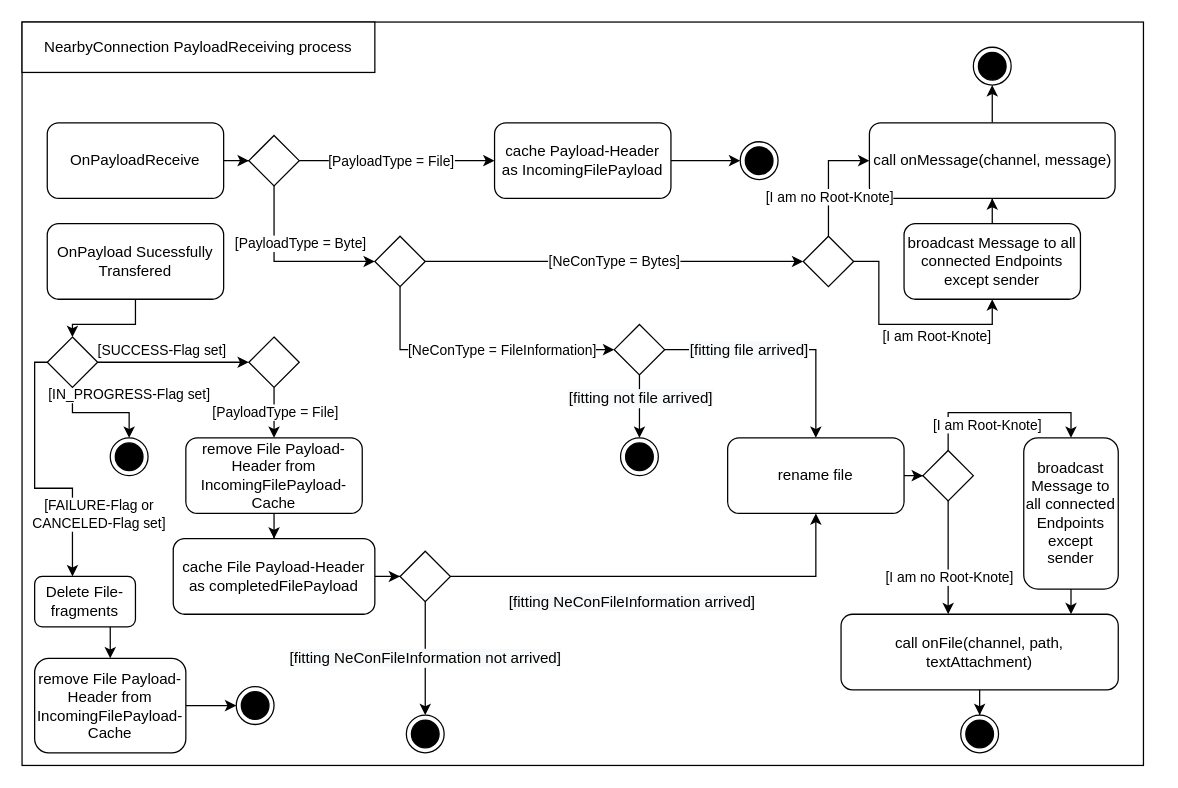
The draw.io diagram Diagramme/NearbyConnectionPayloadReceive.drawio in zettime/Nearfly-Android, before the edit. Source tidied: cells renumbered, new cells numbered last; positions are measured from the earlier drawing's top-left corner, leaving out a move shared by most shapes. Both pictures are drawn from the tidied source at 126%, with x=0, y=0 at pixel (21, 21).
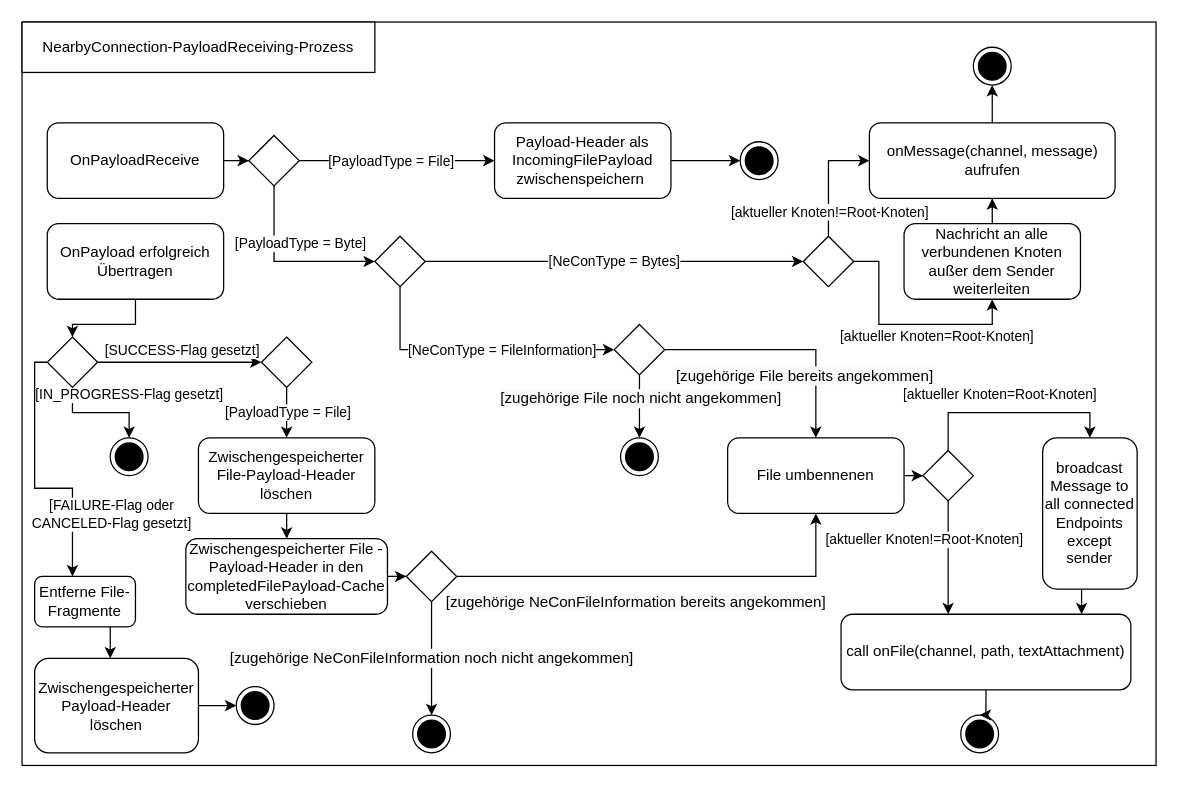
After the change.

The change refers to these unchanged cells:
```xml
<mxCell id="13" style="edgeStyle=orthogonalEdgeStyle;rounded=0;jettySize=auto;html=1;" parent="1" edge="1" source="19" target="52">
  <mxGeometry relative="1" as="geometry" />
</mxCell>
<mxCell id="15" style="edgeStyle=orthogonalEdgeStyle;rounded=0;jettySize=auto;html=1;entryX=0.5;entryY=0;entryDx=0;entryDy=0;" parent="1" edge="1" source="19" target="53">
  <mxGeometry relative="1" as="geometry">
    <Array as="points">
      <mxPoint x="40" y="310" />
      <mxPoint x="85" y="310" />
    </Array>
  </mxGeometry>
</mxCell>
<mxCell id="17" style="edgeStyle=orthogonalEdgeStyle;rounded=0;jettySize=auto;html=1;entryX=0.375;entryY=0;entryDx=0;entryDy=0;entryPerimeter=0;fontColor=#B5C1D1;" parent="1" edge="1" source="19" target="69">
  <mxGeometry relative="1" as="geometry">
    <Array as="points">
      <mxPoint x="10" y="270" />
      <mxPoint x="10" y="370" />
      <mxPoint x="40" y="370" />
    </Array>
  </mxGeometry>
</mxCell>
<mxCell id="20" style="edgeStyle=orthogonalEdgeStyle;rounded=0;jettySize=auto;html=1;" parent="1" edge="1" source="23" target="25">
  <mxGeometry relative="1" as="geometry" />
</mxCell>
<mxCell id="40" style="edgeStyle=orthogonalEdgeStyle;rounded=0;jettySize=auto;html=1;" parent="1" edge="1" source="44" target="25">
  <mxGeometry relative="1" as="geometry" />
</mxCell>
<mxCell id="42" style="edgeStyle=orthogonalEdgeStyle;rounded=0;jettySize=auto;html=1;entryX=0.5;entryY=0;entryDx=0;entryDy=0;" parent="1" edge="1" source="44" target="45">
  <mxGeometry relative="1" as="geometry" />
</mxCell>
<mxCell id="56" style="edgeStyle=orthogonalEdgeStyle;rounded=0;jettySize=auto;html=1;entryX=0;entryY=0.5;entryDx=0;entryDy=0;" parent="1" edge="1" source="58" target="39">
  <mxGeometry relative="1" as="geometry">
    <Array as="points">
      <mxPoint x="640" y="190" />
      <mxPoint x="640" y="110" />
    </Array>
  </mxGeometry>
</mxCell>
<mxCell id="58" style="rhombus;whiteSpace=wrap;html=1;" parent="1" vertex="1">
  <mxGeometry x="620" y="170" width="40" height="40" as="geometry" />
</mxCell>
<mxCell id="60" style="edgeStyle=orthogonalEdgeStyle;rounded=0;jettySize=auto;html=1;" parent="1" edge="1" source="64" target="47">
  <mxGeometry relative="1" as="geometry">
    <Array as="points">
      <mxPoint x="735" y="450" />
      <mxPoint x="735" y="450" />
    </Array>
  </mxGeometry>
</mxCell>
<mxCell id="64" style="rhombus;whiteSpace=wrap;html=1;" parent="1" vertex="1">
  <mxGeometry x="715" y="340" width="40" height="40" as="geometry" />
</mxCell>
```

The edit, as a diff of the source:
```diff
@@
     <mxCell id="2" style="rounded=0;whiteSpace=wrap;html=1;" parent="1" vertex="1">
-      <mxGeometry width="890" height="590" as="geometry" />
+      <mxGeometry width="900" height="590" as="geometry" />
     </mxCell>
@@
-    <mxCell id="6" value="OnPayload Sucessfully Transfered" style="rounded=1;whiteSpace=wrap;html=1;" parent="1" vertex="1">
+    <mxCell id="6" value="OnPayload erfolgreich Übertragen" style="rounded=1;whiteSpace=wrap;html=1;" parent="1" vertex="1">
       <mxGeometry x="20" y="160" width="140" height="60" as="geometry" />
     </mxCell>
@@
-    <mxCell id="8" value="cache File Payload-Header as completedFilePayload" style="rounded=1;whiteSpace=wrap;html=1;" parent="1" vertex="1">
-      <mxGeometry x="120" y="410" width="160" height="60" as="geometry" />
+    <mxCell id="8" value="Zwischengespeicherter File -Payload-Header in den completedFilePayload-Cache verschieben" style="rounded=1;whiteSpace=wrap;html=1;" parent="1" vertex="1">
+      <mxGeometry x="130" y="410" width="160" height="60" as="geometry" />
     </mxCell>
@@
-    <mxCell id="10" value="remove File Payload-Header from IncomingFilePayload-Cache" style="rounded=1;whiteSpace=wrap;html=1;" parent="1" vertex="1">
-      <mxGeometry x="130" y="330" width="140" height="60" as="geometry" />
+    <mxCell id="10" value="Zwischengespeicherter File-Payload-Header löschen" style="rounded=1;whiteSpace=wrap;html=1;" parent="1" vertex="1">
+      <mxGeometry x="140" y="330" width="140" height="60" as="geometry" />
     </mxCell>
@@
-    <mxCell id="14" value="[SUCCESS-Flag set]" style="edgeLabel;html=1;align=center;verticalAlign=middle;" parent="13" vertex="1">
+    <mxCell id="14" value="[SUCCESS-Flag gesetzt]" style="edgeLabel;html=1;align=center;verticalAlign=middle;" parent="13" vertex="1">
       <mxGeometry x="0.2" y="2" relative="1" as="geometry">
-        <mxPoint x="-21.7" y="-8" as="offset" />
+        <mxPoint x="-11.7" y="-8" as="offset" />
       </mxGeometry>
     </mxCell>
@@
-    <mxCell id="16" value="[IN_PROGRESS-Flag set]" style="edgeLabel;html=1;align=center;verticalAlign=middle;" parent="15" vertex="1">
+    <mxCell id="16" value="[IN_PROGRESS-Flag gesetzt]" style="edgeLabel;html=1;align=center;verticalAlign=middle;" parent="15" vertex="1">
       <mxGeometry x="-0.26" y="-2" relative="1" as="geometry">
         <mxPoint x="33.3" y="-17" as="offset" />
       </mxGeometry>
     </mxCell>
@@
-    <mxCell id="18" value="&lt;font color=&quot;#000000&quot;&gt;[FAILURE-Flag or &lt;br&gt;CANCELED-Flag set]&lt;/font&gt;" style="edgeLabel;html=1;align=center;verticalAlign=middle;fontColor=#B5C1D1;" parent="17" vertex="1">
+    <mxCell id="18" value="&lt;font color=&quot;#000000&quot;&gt;[FAILURE-Flag oder&lt;br&gt;CANCELED-Flag gesetzt]&lt;/font&gt;" style="edgeLabel;html=1;align=center;verticalAlign=middle;fontColor=#B5C1D1;" parent="17" vertex="1">
       <mxGeometry x="0.55" y="-1" relative="1" as="geometry">
-        <mxPoint x="21" y="-2.5" as="offset" />
+        <mxPoint x="31" y="-2.5" as="offset" />
       </mxGeometry>
     </mxCell>
@@
-    <mxCell id="21" value="&lt;span style=&quot;font-size: 12px ; background-color: rgb(248 , 249 , 250)&quot;&gt;[fitting NeConFileInformation arrived]&lt;/span&gt;" style="edgeLabel;html=1;align=center;verticalAlign=middle;" parent="20" vertex="1">
+    <mxCell id="21" value="&lt;span style=&quot;font-size: 12px ; background-color: rgb(248 , 249 , 250)&quot;&gt;[zugehörige NeConFileInformation bereits angekommen]&lt;/span&gt;" style="edgeLabel;html=1;align=center;verticalAlign=middle;" parent="20" vertex="1">
       <mxGeometry x="-0.29" relative="1" as="geometry">
         <mxPoint x="22.4" y="20" as="offset" />
       </mxGeometry>
     </mxCell>
-    <mxCell id="22" value="&lt;span style=&quot;font-size: 12px ; background-color: rgb(248 , 249 , 250)&quot;&gt;[fitting NeConFileInformation not arrived]&lt;/span&gt;" style="edgeStyle=orthogonalEdgeStyle;rounded=0;jettySize=auto;html=1;" parent="1" edge="1" source="23" target="26">
+    <mxCell id="22" value="&lt;span style=&quot;font-size: 12px ; background-color: rgb(248 , 249 , 250)&quot;&gt;[zugehörige NeConFileInformation noch nicht angekommen]&lt;/span&gt;" style="edgeStyle=orthogonalEdgeStyle;rounded=0;jettySize=auto;html=1;" parent="1" edge="1" source="23" target="26">
       <mxGeometry relative="1" as="geometry">
         <Array as="points">
-          <mxPoint x="320" y="490" />
-          <mxPoint x="320" y="490" />
+          <mxPoint x="325" y="480" />
+          <mxPoint x="325" y="480" />
         </Array>
       </mxGeometry>
     </mxCell>
     <mxCell id="23" style="rhombus;whiteSpace=wrap;html=1;" parent="1" vertex="1">
-      <mxGeometry x="300" y="420" width="40" height="40" as="geometry" />
+      <mxGeometry x="305" y="420" width="40" height="40" as="geometry" />
     </mxCell>
@@
-    <mxCell id="25" value="rename file" style="rounded=1;whiteSpace=wrap;html=1;" parent="1" vertex="1">
+    <mxCell id="25" value="File umbennenen" style="rounded=1;whiteSpace=wrap;html=1;" parent="1" vertex="1">
       <mxGeometry x="560" y="330" width="140" height="60" as="geometry" />
     </mxCell>
     <mxCell id="26" style="ellipse;html=1;shape=endState;fillColor=#000000;strokeColor=#000000;" parent="1" vertex="1">
-      <mxGeometry x="305" y="550" width="30" height="30" as="geometry" />
+      <mxGeometry x="310" y="550" width="30" height="30" as="geometry" />
     </mxCell>
@@
-    <mxCell id="33" value="cache Payload-Header as IncomingFilePayload" style="rounded=1;whiteSpace=wrap;html=1;" parent="1" vertex="1">
+    <mxCell id="33" value="Payload-Header als IncomingFilePayload zwischenspeichern&amp;nbsp;" style="rounded=1;whiteSpace=wrap;html=1;" parent="1" vertex="1">
       <mxGeometry x="375" y="80" width="140" height="60" as="geometry" />
     </mxCell>
-    <mxCell id="34" value="[I am Root-Knote]" style="edgeStyle=orthogonalEdgeStyle;rounded=0;jettySize=auto;html=1;entryX=0.5;entryY=1;entryDx=0;entryDy=0;" parent="1" edge="1" source="58" target="55">
+    <mxCell id="34" value="[aktueller Knoten=Root-Knoten]" style="edgeStyle=orthogonalEdgeStyle;rounded=0;jettySize=auto;html=1;entryX=0.5;entryY=1;entryDx=0;entryDy=0;" parent="1" edge="1" source="58" target="55">
       <mxGeometry x="0.29" y="-10" relative="1" as="geometry" />
     </mxCell>
@@
-    <mxCell id="39" value="call onMessage(channel, message)" style="rounded=1;whiteSpace=wrap;html=1;" parent="1" vertex="1">
+    <mxCell id="39" value="onMessage(channel, message)&lt;br&gt;aufrufen" style="rounded=1;whiteSpace=wrap;html=1;" parent="1" vertex="1">
       <mxGeometry x="672.5" y="80" width="195" height="60" as="geometry" />
     </mxCell>
@@
-    <mxCell id="41" value="&lt;span style=&quot;font-size: 12px ; background-color: rgb(248 , 249 , 250)&quot;&gt;[fitting file arrived]&lt;/span&gt;" style="edgeLabel;html=1;align=center;verticalAlign=middle;" parent="40" vertex="1">
+    <mxCell id="41" value="&lt;span style=&quot;font-size: 12px ; background-color: rgb(248 , 249 , 250)&quot;&gt;[zugehörige File bereits angekommen]&lt;/span&gt;" style="edgeLabel;html=1;align=center;verticalAlign=middle;" parent="40" vertex="1">
       <mxGeometry x="-0.29" y="1" relative="1" as="geometry">
-        <mxPoint x="-0.8" y="1" as="offset" />
+        <mxPoint x="43" y="21" as="offset" />
       </mxGeometry>
     </mxCell>
@@
-    <mxCell id="43" value="&lt;span style=&quot;font-size: 12px ; background-color: rgb(248 , 249 , 250)&quot;&gt;[fitting not file arrived]&lt;/span&gt;" style="edgeLabel;html=1;align=center;verticalAlign=middle;" parent="42" vertex="1">
+    <mxCell id="43" value="&lt;span style=&quot;font-size: 12px ; background-color: rgb(248 , 249 , 250)&quot;&gt;[zugehörige File noch nicht angekommen]&lt;/span&gt;" style="edgeLabel;html=1;align=center;verticalAlign=middle;" parent="42" vertex="1">
       <mxGeometry x="-0.28" relative="1" as="geometry" />
     </mxCell>
@@
     <mxCell id="47" value="call onFile(channel, path, textAttachment)" style="rounded=1;whiteSpace=wrap;html=1;" parent="1" vertex="1">
-      <mxGeometry x="650" y="470" width="220" height="60" as="geometry" />
+      <mxGeometry x="650" y="470" width="230" height="60" as="geometry" />
     </mxCell>
@@
-    <mxCell id="49" value="NearbyConnection PayloadReceiving process" style="rounded=0;whiteSpace=wrap;html=1;" parent="1" vertex="1">
+    <mxCell id="49" value="NearbyConnection-PayloadReceiving-Prozess" style="rounded=0;whiteSpace=wrap;html=1;" parent="1" vertex="1">
       <mxGeometry width="280" height="40" as="geometry" />
     </mxCell>
@@
     <mxCell id="52" style="rhombus;whiteSpace=wrap;html=1;" parent="1" vertex="1">
-      <mxGeometry x="180" y="250" width="40" height="40" as="geometry" />
+      <mxGeometry x="190" y="250" width="40" height="40" as="geometry" />
     </mxCell>
@@
-    <mxCell id="55" value="broadcast Message to all connected Endpoints except sender" style="rounded=1;whiteSpace=wrap;html=1;" parent="1" vertex="1">
+    <mxCell id="55" value="Nachricht an alle verbundenen Knoten außer dem Sender weiterleiten" style="rounded=1;whiteSpace=wrap;html=1;" parent="1" vertex="1">
       <mxGeometry x="700" y="160" width="140" height="60" as="geometry" />
     </mxCell>
@@
-    <mxCell id="57" value="[I am no Root-Knote]" style="edgeLabel;html=1;align=center;verticalAlign=middle;" parent="56" vertex="1">
+    <mxCell id="57" value="[aktueller Knoten!=Root-Knoten]" style="edgeLabel;html=1;align=center;verticalAlign=middle;" parent="56" vertex="1">
       <mxGeometry x="0.12" y="-2" relative="1" as="geometry">
-        <mxPoint x="-2" y="20.4" as="offset" />
+        <mxPoint x="-2" y="32" as="offset" />
       </mxGeometry>
     </mxCell>
@@
-    <mxCell id="61" value="&lt;span style=&quot;font-family: &amp;#34;helvetica&amp;#34;&quot;&gt;[I am no Root-Knote]&lt;/span&gt;" style="edgeLabel;html=1;align=center;verticalAlign=middle;" parent="60" vertex="1">
+    <mxCell id="61" value="[aktueller Knoten!=Root-Knoten]" style="edgeLabel;html=1;align=center;verticalAlign=middle;" parent="60" vertex="1">
       <mxGeometry x="-0.32" y="1" relative="1" as="geometry">
-        <mxPoint x="-1" y="29.2" as="offset" />
+        <mxPoint x="-21" y="-1" as="offset" />
       </mxGeometry>
     </mxCell>
     <mxCell id="62" style="edgeStyle=orthogonalEdgeStyle;rounded=0;jettySize=auto;html=1;entryX=0.5;entryY=0;entryDx=0;entryDy=0;" parent="1" edge="1" source="64" target="66">
       <mxGeometry relative="1" as="geometry">
         <Array as="points">
           <mxPoint x="735" y="310" />
-          <mxPoint x="833" y="310" />
+          <mxPoint x="848" y="310" />
         </Array>
       </mxGeometry>
     </mxCell>
-    <mxCell id="63" value="&lt;span style=&quot;font-family: &amp;#34;helvetica&amp;#34;&quot;&gt;[I am Root-Knote]&lt;/span&gt;" style="edgeLabel;html=1;align=center;verticalAlign=middle;" parent="62" vertex="1">
+    <mxCell id="63" value="[aktueller Knoten=Root-Knoten]" style="edgeLabel;html=1;align=center;verticalAlign=middle;" parent="62" vertex="1">
       <mxGeometry x="-0.6" y="-20" relative="1" as="geometry">
-        <mxPoint x="30" y="-10.8" as="offset" />
+        <mxPoint x="37" y="-35" as="offset" />
       </mxGeometry>
     </mxCell>
@@
     <mxCell id="65" style="edgeStyle=orthogonalEdgeStyle;rounded=0;jettySize=auto;html=1;entryX=0.83;entryY=0;entryDx=0;entryDy=0;entryPerimeter=0;" parent="1" edge="1" source="66" target="47">
-      <mxGeometry relative="1" as="geometry" />
+      <mxGeometry relative="1" as="geometry">
+        <Array as="points">
+          <mxPoint x="841" y="450" />
+          <mxPoint x="841" y="450" />
+        </Array>
+      </mxGeometry>
     </mxCell>
     <mxCell id="66" value="broadcast Message to all connected Endpoints except sender" style="rounded=1;whiteSpace=wrap;html=1;" parent="1" vertex="1">
-      <mxGeometry x="795" y="330" width="75" height="120" as="geometry" />
+      <mxGeometry x="810" y="330" width="75" height="120" as="geometry" />
     </mxCell>
@@
-    <mxCell id="69" value="Delete File-fragments&lt;br&gt;" style="rounded=1;whiteSpace=wrap;html=1;" parent="1" vertex="1">
+    <mxCell id="69" value="Entferne File-Fragmente" style="rounded=1;whiteSpace=wrap;html=1;" parent="1" vertex="1">
       <mxGeometry x="10" y="440" width="80" height="40" as="geometry" />
     </mxCell>
@@
-    <mxCell id="71" value="remove File Payload-Header from IncomingFilePayload-Cache" style="rounded=1;whiteSpace=wrap;html=1;" parent="1" vertex="1">
-      <mxGeometry x="10" y="505" width="120" height="75" as="geometry" />
+    <mxCell id="71" value="Zwischengespeicherter&lt;br&gt;Payload-Header löschen" style="rounded=1;whiteSpace=wrap;html=1;" parent="1" vertex="1">
+      <mxGeometry x="10" y="505" width="130" height="75" as="geometry" />
     </mxCell>
```
